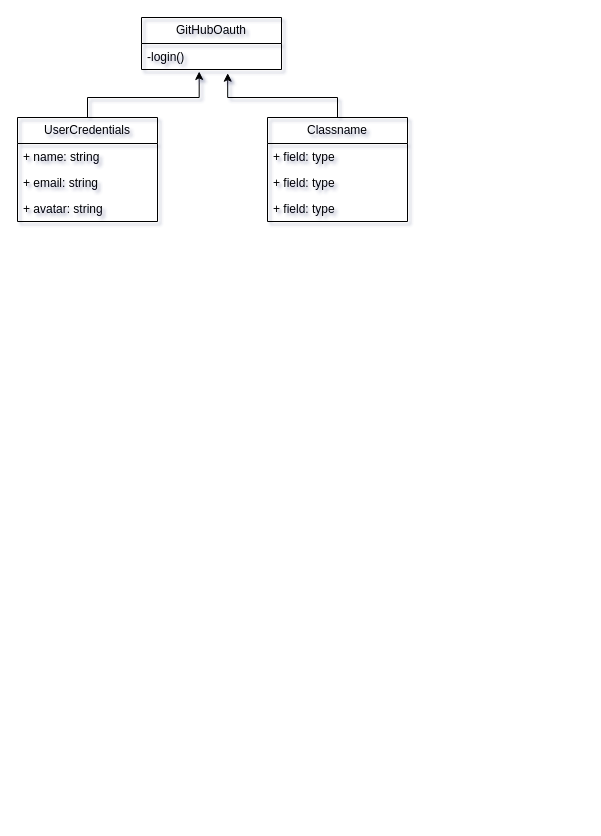
This is Diagramme 1.drawio from chaabane-fares/TestGitHub, a draw.io file, before an edit. Source tidied: cells renumbered, new cells numbered last; positions are measured from the earlier drawing's top-left corner, leaving out a move shared by most shapes. Both pictures are drawn from the tidied source at 100%, with x=0, y=0 at pixel (17, 17).
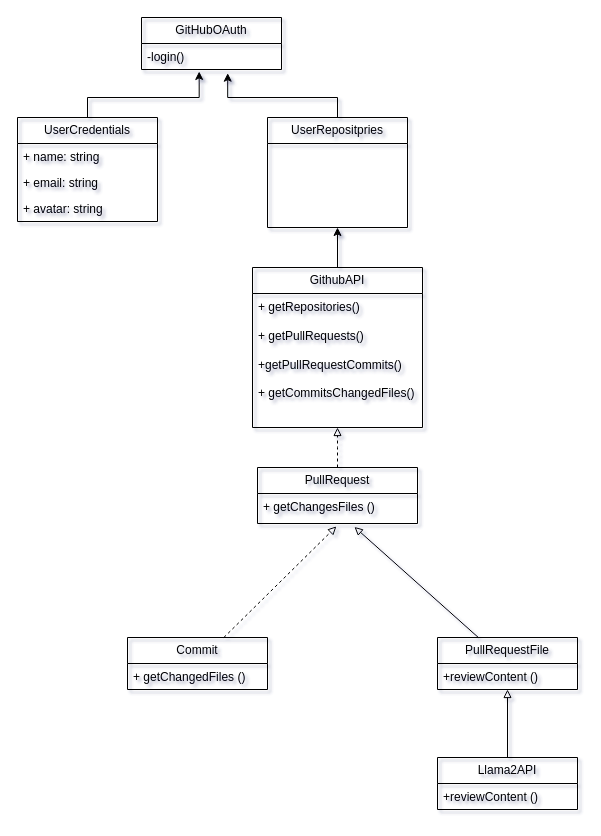
Above is the later version.

Commit message (it also covers changes not shown here):
Mettre à jour Diagramme 1.drawio

Change to the diagram source:
```diff
@@
-    <mxCell id="2" value="GitHubOauth" style="swimlane;fontStyle=0;horizontal=1;startSize=26;fillColor=none;whiteSpace=wrap;html=1;" parent="1" vertex="1">
+    <mxCell id="2" value="GitHubOAuth" style="swimlane;fontStyle=0;horizontal=1;startSize=26;fillColor=none;whiteSpace=wrap;html=1;" parent="1" vertex="1">
       <mxGeometry x="124" width="140" height="52" as="geometry" />
     </mxCell>
@@
-    <mxCell id="9" value="Classname" style="swimlane;fontStyle=0;horizontal=1;startSize=26;fillColor=none;whiteSpace=wrap;html=1;" parent="1" vertex="1">
-      <mxGeometry x="250" y="100" width="140" height="104" as="geometry" />
+    <mxCell id="9" value="UserRepositpries" style="swimlane;fontStyle=0;horizontal=1;startSize=26;fillColor=none;whiteSpace=wrap;html=1;" parent="1" vertex="1">
+      <mxGeometry x="250" y="100" width="140" height="110" as="geometry" />
     </mxCell>
-    <mxCell id="10" value="+ field: type" style="text;strokeColor=none;fillColor=none;align=left;verticalAlign=top;spacingLeft=4;spacingRight=4;overflow=hidden;whiteSpace=wrap;html=1;" parent="9" vertex="1">
-      <mxGeometry y="26" width="140" height="26" as="geometry" />
-    </mxCell>
-    <mxCell id="11" value="+ field: type" style="text;strokeColor=none;fillColor=none;align=left;verticalAlign=top;spacingLeft=4;spacingRight=4;overflow=hidden;whiteSpace=wrap;html=1;" parent="9" vertex="1">
-      <mxGeometry y="52" width="140" height="26" as="geometry" />
-    </mxCell>
-    <mxCell id="12" value="+ field: type" style="text;strokeColor=none;fillColor=none;align=left;verticalAlign=top;spacingLeft=4;spacingRight=4;overflow=hidden;whiteSpace=wrap;html=1;" parent="9" vertex="1">
-      <mxGeometry y="78" width="140" height="26" as="geometry" />
-    </mxCell>
@@
+    <mxCell id="14" style="edgeStyle=orthogonalEdgeStyle;rounded=0;jettySize=auto;html=1;exitX=0.5;exitY=0;exitDx=0;exitDy=0;entryX=0.5;entryY=1;entryDx=0;entryDy=0;" parent="1" edge="1" source="15" target="9">
+      <mxGeometry relative="1" as="geometry" />
+    </mxCell>
+    <mxCell id="15" value="GithubAPI" style="swimlane;fontStyle=0;horizontal=1;startSize=26;fillColor=none;whiteSpace=wrap;html=1;" parent="1" vertex="1">
+      <mxGeometry x="235" y="250" width="170" height="160" as="geometry" />
+    </mxCell>
+    <mxCell id="16" value="+ getRepositories()&lt;br&gt;&lt;br&gt;+ getPullRequests()&lt;br&gt;&lt;br&gt;+getPullRequestCommits()&lt;br&gt;&lt;br&gt;+ getCommitsChangedFiles()" style="text;strokeColor=none;fillColor=none;align=left;verticalAlign=top;spacingLeft=4;spacingRight=4;overflow=hidden;points=[[0,0.5],[1,0.5]];portConstraint=eastwest;whiteSpace=wrap;html=1;" parent="15" vertex="1">
+      <mxGeometry y="26" width="170" height="134" as="geometry" />
+    </mxCell>
+    <mxCell id="17" style="edgeStyle=orthogonalEdgeStyle;rounded=0;jettySize=auto;html=1;dashed=1;endArrow=block;endFill=0;" parent="1" edge="1" source="18" target="16">
+      <mxGeometry relative="1" as="geometry">
+        <Array as="points">
+          <mxPoint x="320" y="430" />
+          <mxPoint x="320" y="430" />
+        </Array>
+      </mxGeometry>
+    </mxCell>
+    <mxCell id="18" value="PullRequest" style="swimlane;fontStyle=0;horizontal=1;startSize=26;fillColor=none;whiteSpace=wrap;html=1;" parent="1" vertex="1">
+      <mxGeometry x="240" y="450" width="160" height="56" as="geometry" />
+    </mxCell>
+    <mxCell id="19" value="+ getChangesFiles ()" style="text;strokeColor=none;fillColor=none;align=left;verticalAlign=top;spacingLeft=4;spacingRight=4;overflow=hidden;points=[[0,0.5],[1,0.5]];portConstraint=eastwest;whiteSpace=wrap;html=1;" parent="18" vertex="1">
+      <mxGeometry y="26" width="160" height="30" as="geometry" />
+    </mxCell>
+    <mxCell id="20" value="Commit" style="swimlane;fontStyle=0;horizontal=1;startSize=26;fillColor=none;whiteSpace=wrap;html=1;" parent="1" vertex="1">
+      <mxGeometry x="110" y="620" width="140" height="52" as="geometry" />
+    </mxCell>
+    <mxCell id="21" value="+ getChangedFiles ()" style="text;strokeColor=none;fillColor=none;align=left;verticalAlign=top;spacingLeft=4;spacingRight=4;overflow=hidden;whiteSpace=wrap;html=1;" parent="20" vertex="1">
+      <mxGeometry y="26" width="140" height="26" as="geometry" />
+    </mxCell>
+    <mxCell id="22" style="rounded=0;jettySize=auto;html=1;entryX=0.493;entryY=1.097;entryDx=0;entryDy=0;entryPerimeter=0;dashed=1;endArrow=block;endFill=0;" parent="1" edge="1" source="20" target="19">
+      <mxGeometry relative="1" as="geometry" />
+    </mxCell>
+    <mxCell id="23" value="PullRequestFile" style="swimlane;fontStyle=0;horizontal=1;startSize=26;fillColor=none;whiteSpace=wrap;html=1;" parent="1" vertex="1">
+      <mxGeometry x="420" y="620" width="140" height="52" as="geometry" />
+    </mxCell>
+    <mxCell id="24" value="+reviewContent ()" style="text;strokeColor=none;fillColor=none;align=left;verticalAlign=top;spacingLeft=4;spacingRight=4;overflow=hidden;whiteSpace=wrap;html=1;" parent="23" vertex="1">
+      <mxGeometry y="26" width="140" height="26" as="geometry" />
+    </mxCell>
+    <mxCell id="25" style="rounded=0;jettySize=auto;html=1;entryX=0.606;entryY=1.115;entryDx=0;entryDy=0;entryPerimeter=0;endArrow=block;endFill=0;" parent="1" edge="1" source="23" target="19">
+      <mxGeometry relative="1" as="geometry" />
+    </mxCell>
+    <mxCell id="26" style="edgeStyle=orthogonalEdgeStyle;rounded=0;jettySize=auto;html=1;entryX=0.5;entryY=1;entryDx=0;entryDy=0;endArrow=block;endFill=0;" parent="1" edge="1" source="27" target="23">
+      <mxGeometry relative="1" as="geometry" />
+    </mxCell>
+    <mxCell id="27" value="Llama2API" style="swimlane;fontStyle=0;horizontal=1;startSize=26;fillColor=none;whiteSpace=wrap;html=1;" parent="1" vertex="1">
+      <mxGeometry x="420" y="740" width="140" height="52" as="geometry" />
+    </mxCell>
+    <mxCell id="28" value="+reviewContent ()" style="text;strokeColor=none;fillColor=none;align=left;verticalAlign=top;spacingLeft=4;spacingRight=4;overflow=hidden;whiteSpace=wrap;html=1;" parent="27" vertex="1">
+      <mxGeometry y="26" width="140" height="26" as="geometry" />
+    </mxCell>
```
